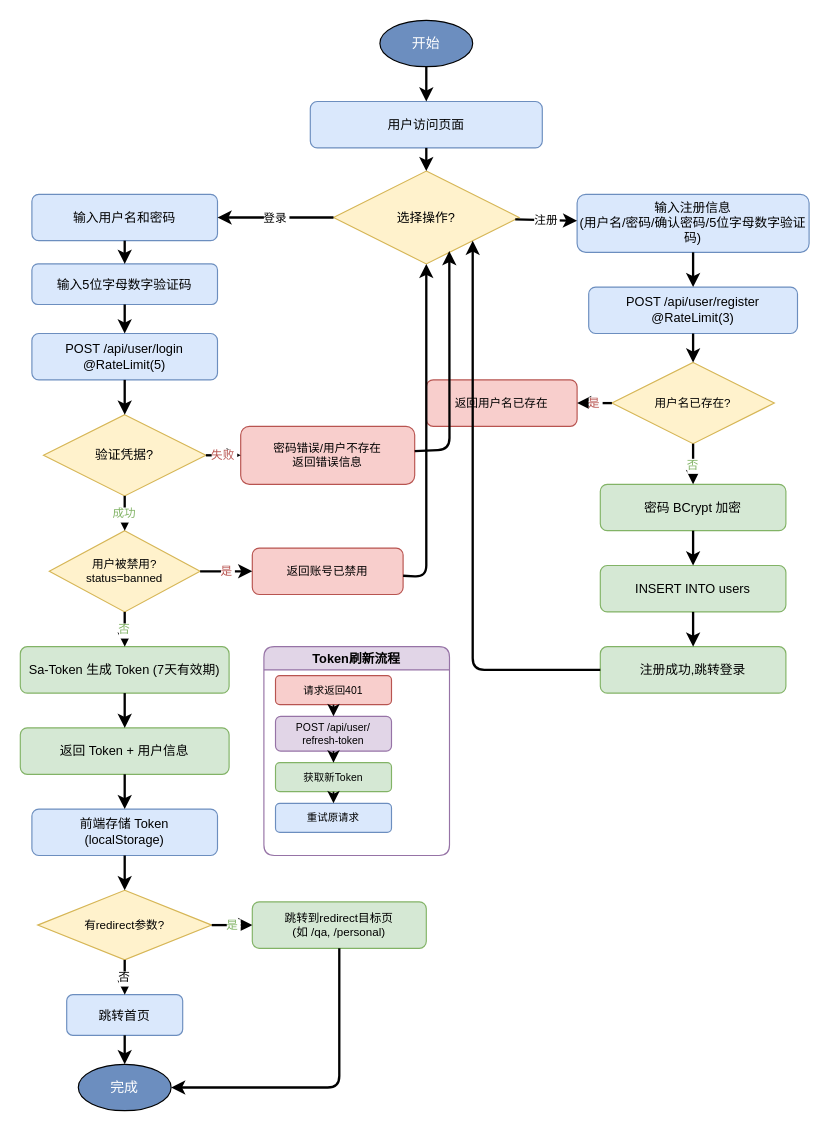
Above: docs/diagrams/flow-login.drawio in yhe3603-star/Graduation-Project (draw.io), before the change. Source tidied: cells renumbered, new cells numbered last; positions are measured from the earlier drawing's top-left corner, leaving out a move shared by most shapes. Both pictures are drawn from the tidied source at 116%, with x=0, y=0 at pixel (20, 20).
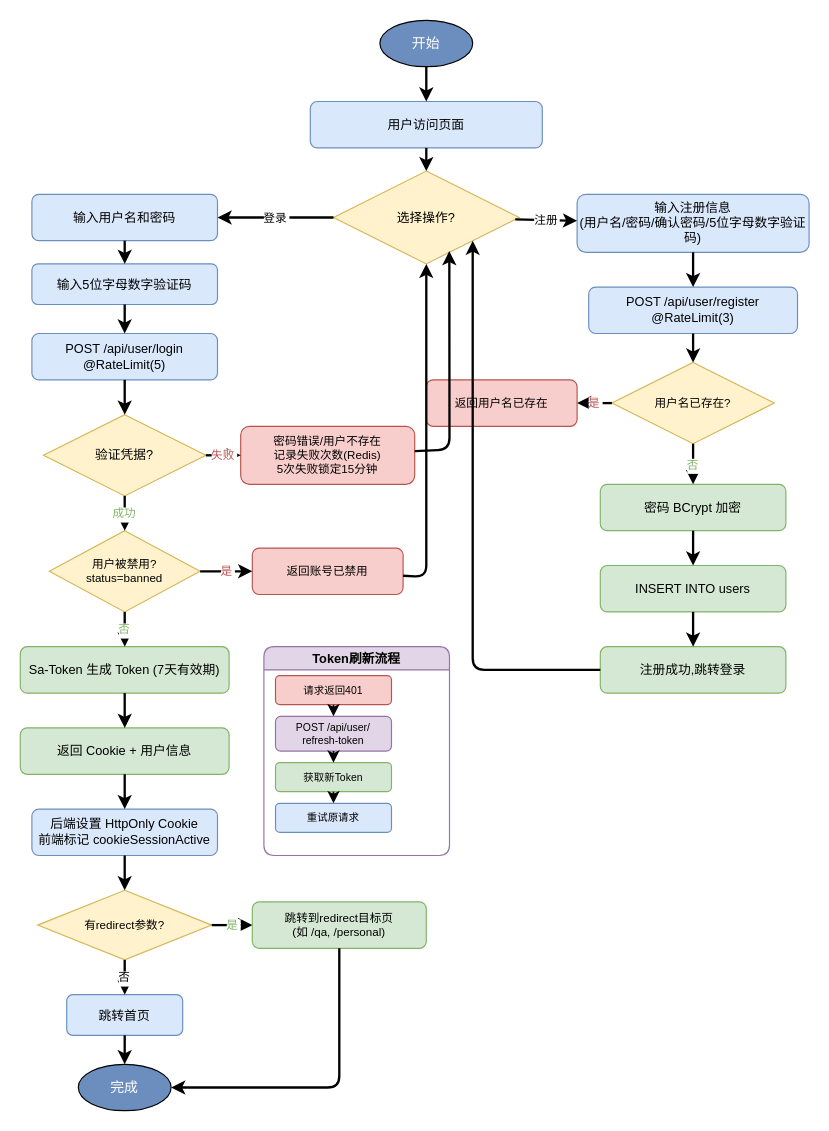
After the change.

What changed in the source:
```diff
@@
-    <mxCell id="9" value="密码错误/用户不存在&lt;br&gt;返回错误信息" style="rounded=1;whiteSpace=wrap;html=1;fillColor=#f8cecc;strokeColor=#b85450;fontSize=10;" parent="1" vertex="1">
+    <mxCell id="9" value="密码错误/用户不存在&lt;br&gt;记录失败次数(Redis)&lt;br&gt;5次失败锁定15分钟" style="rounded=1;whiteSpace=wrap;html=1;fillColor=#f8cecc;strokeColor=#b85450;fontSize=10;" parent="1" vertex="1">
       <mxGeometry x="190" y="350" width="150" height="50" as="geometry" />
     </mxCell>
@@
-    <mxCell id="13" value="返回 Token + 用户信息" style="rounded=1;whiteSpace=wrap;html=1;fillColor=#d5e8d4;strokeColor=#82b366;fontSize=11;" parent="1" vertex="1">
+    <mxCell id="13" value="返回 Cookie + 用户信息" style="rounded=1;whiteSpace=wrap;html=1;fillColor=#d5e8d4;strokeColor=#82b366;fontSize=11;" parent="1" vertex="1">
       <mxGeometry y="610" width="180" height="40" as="geometry" />
     </mxCell>
-    <mxCell id="14" value="前端存储 Token&lt;br&gt;(localStorage)" style="rounded=1;whiteSpace=wrap;html=1;fillColor=#dae8fc;strokeColor=#6c8ebf;fontSize=11;" parent="1" vertex="1">
+    <mxCell id="14" value="后端设置 HttpOnly Cookie&lt;br&gt;前端标记 cookieSessionActive" style="rounded=1;whiteSpace=wrap;html=1;fillColor=#dae8fc;strokeColor=#6c8ebf;fontSize=11;" parent="1" vertex="1">
       <mxGeometry x="10" y="680" width="160" height="40" as="geometry" />
     </mxCell>
```
